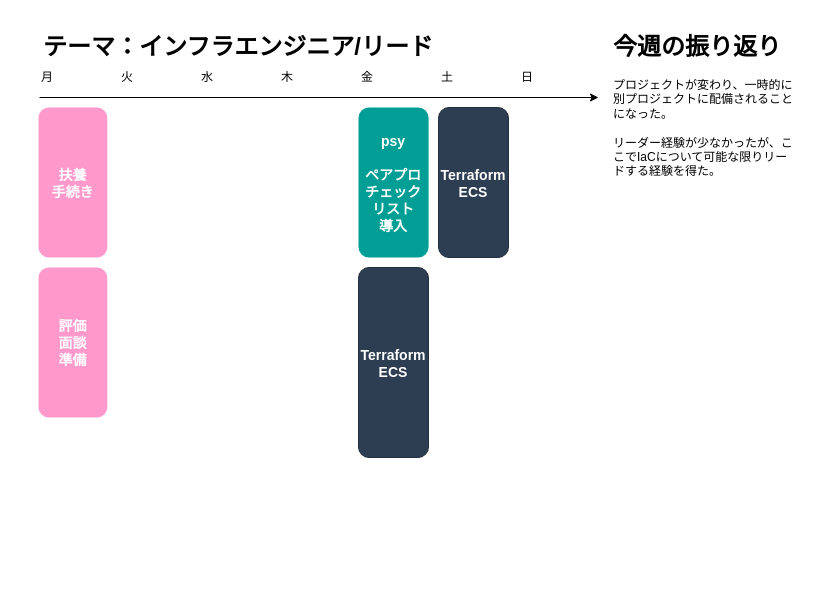
Above: page "202400930" (4 of 13) of life/life.drawio in minegishirei/draw_v1 (draw.io), before the change. Source tidied: cells renumbered, new cells numbered last; positions are measured from the earlier drawing's top-left corner, leaving out a move shared by most shapes. Both pictures are drawn from the tidied source at 100%, with x=0, y=0 at pixel (17, 27).
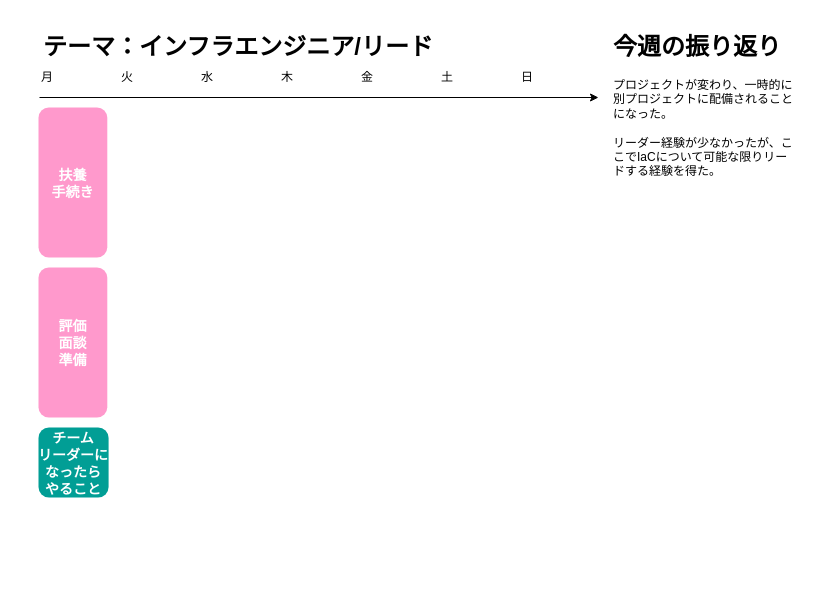
Above is the later version.

Diff of the diagram source:
```diff
@@
 <mxGraphModel>
   <root>
     <mxCell id="0" />
     <mxCell id="1" parent="0" />
     <mxCell id="2" value="火" style="text;html=1;strokeColor=none;fillColor=none;align=center;verticalAlign=middle;whiteSpace=wrap;rounded=0;shadow=0;" parent="1" vertex="1">
       <mxGeometry x="80" y="35" width="60" height="30" as="geometry" />
     </mxCell>
     <mxCell id="3" value="水" style="text;html=1;strokeColor=none;fillColor=none;align=center;verticalAlign=middle;whiteSpace=wrap;rounded=0;shadow=0;" parent="1" vertex="1">
       <mxGeometry x="160" y="35" width="60" height="30" as="geometry" />
     </mxCell>
     <mxCell id="4" value="木" style="text;html=1;strokeColor=none;fillColor=none;align=center;verticalAlign=middle;whiteSpace=wrap;rounded=0;shadow=0;" parent="1" vertex="1">
       <mxGeometry x="240" y="35" width="60" height="30" as="geometry" />
     </mxCell>
     <mxCell id="5" value="金" style="text;html=1;strokeColor=none;fillColor=none;align=center;verticalAlign=middle;whiteSpace=wrap;rounded=0;shadow=0;" parent="1" vertex="1">
       <mxGeometry x="320" y="35" width="60" height="30" as="geometry" />
     </mxCell>
     <mxCell id="6" value="土" style="text;html=1;strokeColor=none;fillColor=none;align=center;verticalAlign=middle;whiteSpace=wrap;rounded=0;shadow=0;" parent="1" vertex="1">
       <mxGeometry x="400" y="35" width="60" height="30" as="geometry" />
     </mxCell>
     <mxCell id="7" value="日" style="text;html=1;strokeColor=none;fillColor=none;align=center;verticalAlign=middle;whiteSpace=wrap;rounded=0;shadow=0;" parent="1" vertex="1">
       <mxGeometry x="480" y="35" width="60" height="30" as="geometry" />
     </mxCell>
     <mxCell id="8" value="月" style="text;html=1;strokeColor=none;fillColor=none;align=center;verticalAlign=middle;whiteSpace=wrap;rounded=0;shadow=0;" parent="1" vertex="1">
       <mxGeometry y="35" width="60" height="30" as="geometry" />
     </mxCell>
     <mxCell id="9" value="&lt;h1&gt;テーマ：インフラエンジニア/リード&lt;/h1&gt;" style="text;html=1;strokeColor=none;fillColor=none;spacing=5;spacingTop=-20;whiteSpace=wrap;overflow=hidden;rounded=0;shadow=0;" parent="1" vertex="1">
       <mxGeometry x="21" width="480" height="40" as="geometry" />
     </mxCell>
     <mxCell id="10" style="endArrow=classic;html=1;rounded=0;shadow=0;" parent="1" edge="1">
       <mxGeometry relative="1" as="geometry">
         <mxPoint x="22" y="70" as="sourcePoint" />
         <mxPoint x="581" y="70" as="targetPoint" />
       </mxGeometry>
     </mxCell>
     <mxCell id="11" value="&lt;h1&gt;&lt;/h1&gt;&lt;h1 style=&quot;border-color: var(--border-color);&quot;&gt;今週の振り返り&lt;/h1&gt;&lt;div&gt;&lt;span style=&quot;background-color: initial;&quot;&gt;プロジェクトが変わり、一時的に別プロジェクトに配備されることになった。&lt;/span&gt;&lt;/div&gt;&lt;div&gt;&lt;span style=&quot;background-color: initial;&quot;&gt;&lt;br&gt;&lt;/span&gt;&lt;/div&gt;&lt;div&gt;&lt;span style=&quot;background-color: initial;&quot;&gt;リーダー経験が少なかったが、ここでIaCについて可能な限りリードする経験を得た。&lt;/span&gt;&lt;br&gt;&lt;/div&gt;" style="text;html=1;strokeColor=none;fillColor=none;spacing=5;spacingTop=-20;whiteSpace=wrap;overflow=hidden;rounded=0;shadow=0;" parent="1" vertex="1">
       <mxGeometry x="591" width="190" height="560" as="geometry" />
     </mxCell>
-    <mxCell id="12" value="psy&#10;&#10;ペアプロ&#10;チェック&#10;リスト&#10;導入" style="rounded=1;fillColor=#019E95;strokeColor=none;shadow=0;gradientColor=none;fontStyle=1;fontColor=#FFFFFF;fontSize=14;" parent="1" vertex="1">
-      <mxGeometry x="341" y="80" width="70.1" height="150" as="geometry" />
-    </mxCell>
-    <mxCell id="13" value="Terraform&#10;ECS" style="rounded=1;fillColor=#2E3E52;strokeColor=#232F3E;shadow=0;gradientColor=none;fontStyle=1;fontColor=#FFFFFF;fontSize=14;" parent="1" vertex="1">
-      <mxGeometry x="421" y="80" width="70" height="150" as="geometry" />
-    </mxCell>
-    <mxCell id="14" value="Terraform&#10;ECS" style="rounded=1;fillColor=#2E3E52;strokeColor=#232F3E;shadow=0;gradientColor=none;fontStyle=1;fontColor=#FFFFFF;fontSize=14;" parent="1" vertex="1">
-      <mxGeometry x="341" y="240" width="70" height="190" as="geometry" />
-    </mxCell>
     <mxCell id="15" value="扶養&#10;手続き" style="rounded=1;fillColor=#FF99CC;strokeColor=none;shadow=0;gradientColor=none;fontStyle=1;fontColor=#FFFFFF;fontSize=14;" parent="1" vertex="1">
       <mxGeometry x="21" y="80" width="68.8" height="150" as="geometry" />
     </mxCell>
     <mxCell id="16" value="評価&#10;面談&#10;準備" style="rounded=1;fillColor=#FF99CC;strokeColor=none;shadow=0;gradientColor=none;fontStyle=1;fontColor=#FFFFFF;fontSize=14;" parent="1" vertex="1">
       <mxGeometry x="21" y="240" width="68.8" height="150" as="geometry" />
     </mxCell>
+    <mxCell id="17" value="チーム&#10;リーダーに&#10;なったら&#10;やること" style="rounded=1;fillColor=#019E95;strokeColor=none;shadow=0;gradientColor=none;fontStyle=1;fontColor=#FFFFFF;fontSize=14;" parent="1" vertex="1">
+      <mxGeometry x="21" y="400" width="70.1" height="70" as="geometry" />
+    </mxCell>
   </root>
 </mxGraphModel>
```
